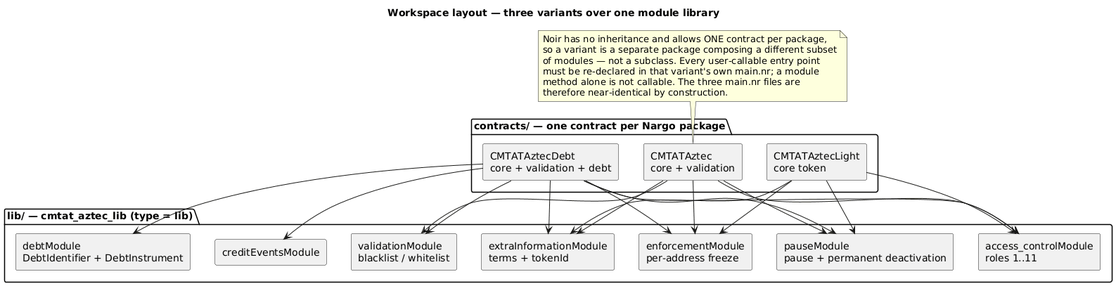
Above: doc/img/architecture.png in CMTA/private-CMTAT-aztec (PlantUML), before the change. Its diagram source:
```plantuml
@startuml
title Workspace layout — three variants over one module library

skinparam componentStyle rectangle
skinparam maxMessageSize 250

package "contracts/ — one contract per Nargo package" {
  component "CMTATAztecLight\ncore token" as Light
  component "CMTATAztec\ncore + validation" as Base
  component "CMTATAztecDebt\ncore + validation + debt" as Debt
}

package "lib/ — cmtat_aztec_lib (type = lib)" {
  component "access_controlModule\nroles 1..11" as AC
  component "pauseModule\npause + permanent deactivation" as Pause
  component "enforcementModule\nper-address freeze" as Enf
  component "extraInformationModule\nterms + tokenId" as Extra
  component "validationModule\nblacklist / whitelist" as Val
  component "creditEventsModule" as Credit
  component "debtModule\nDebtIdentifier + DebtInstrument" as DebtM
}

Light --> AC
Light --> Pause
Light --> Enf
Light --> Extra

Base --> AC
Base --> Pause
Base --> Enf
Base --> Extra
Base --> Val

Debt --> AC
Debt --> Pause
Debt --> Enf
Debt --> Extra
Debt --> Val
Debt --> Credit
Debt --> DebtM

note as N1
  Noir has no inheritance and allows ONE contract per package,
  so a variant is a separate package composing a different subset
  of modules — not a subclass. Every user-callable entry point
  must be re-declared in that variant's own main.nr; a module
  method alone is not callable. The three main.nr files are
  therefore near-identical by construction.
end note

N1 .. Base

@enduml
```
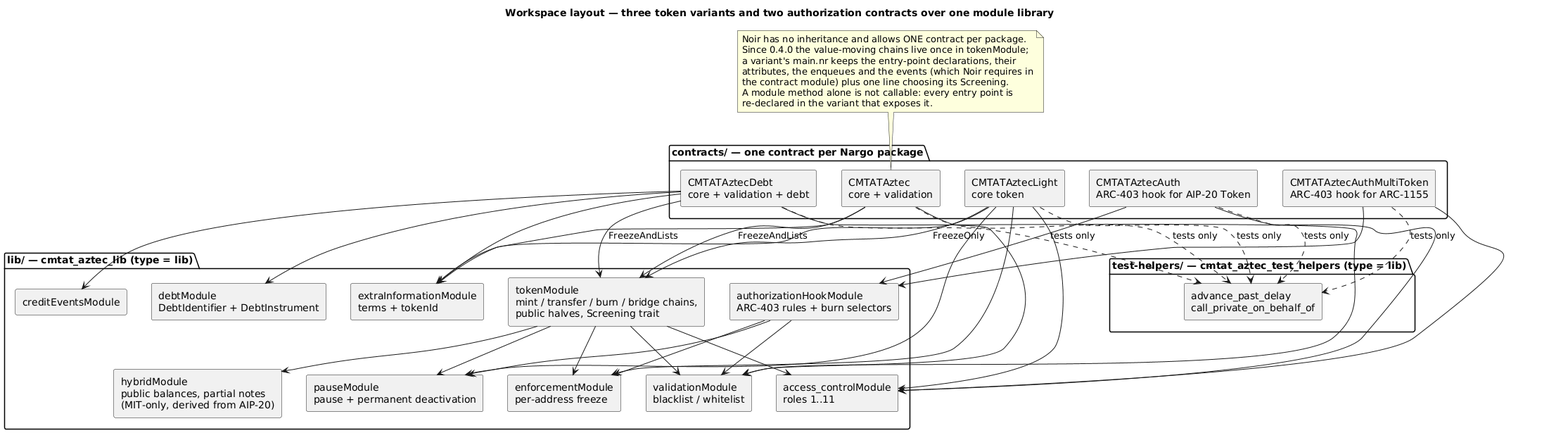
Above is the later version.

The edit, as a diff of the source:
```diff
@@ -1,5 +1,5 @@
 @startuml
-title Workspace layout — three variants over one module library
+title Workspace layout — three token variants and two authorization contracts over one module library
 
 skinparam componentStyle rectangle
 skinparam maxMessageSize 250
@@ -8,44 +8,69 @@
   component "CMTATAztecLight\ncore token" as Light
   component "CMTATAztec\ncore + validation" as Base
   component "CMTATAztecDebt\ncore + validation + debt" as Debt
+  component "CMTATAztecAuth\nARC-403 hook for AIP-20 Token" as Auth
+  component "CMTATAztecAuthMultiToken\nARC-403 hook for ARC-1155" as AuthMT
 }
 
 package "lib/ — cmtat_aztec_lib (type = lib)" {
+  component "tokenModule\nmint / transfer / burn / bridge chains,\npublic halves, Screening trait" as Tok
+  component "hybridModule\npublic balances, partial notes\n(MIT-only, derived from AIP-20)" as Hyb
+  component "authorizationHookModule\nARC-403 rules + burn selectors" as Hook
   component "access_controlModule\nroles 1..11" as AC
   component "pauseModule\npause + permanent deactivation" as Pause
   component "enforcementModule\nper-address freeze" as Enf
+  component "validationModule\nblacklist / whitelist" as Val
   component "extraInformationModule\nterms + tokenId" as Extra
-  component "validationModule\nblacklist / whitelist" as Val
   component "creditEventsModule" as Credit
   component "debtModule\nDebtIdentifier + DebtInstrument" as DebtM
 }
+
+package "test-helpers/ — cmtat_aztec_test_helpers (type = lib)" {
+  component "advance_past_delay\ncall_private_on_behalf_of" as TH
+}
+
+Light --> Tok : FreezeOnly
+Base --> Tok : FreezeAndLists
+Debt --> Tok : FreezeAndLists
+Tok --> Hyb
+Tok --> Enf
+Tok --> Val
+Tok --> Pause
+Tok --> AC
 
 Light --> AC
 Light --> Pause
 Light --> Enf
 Light --> Extra
-
-Base --> AC
-Base --> Pause
-Base --> Enf
+Base --> Val
 Base --> Extra
-Base --> Val
-
-Debt --> AC
-Debt --> Pause
-Debt --> Enf
+Debt --> Val
 Debt --> Extra
-Debt --> Val
 Debt --> Credit
 Debt --> DebtM
 
+Auth --> Hook
+AuthMT --> Hook
+Hook --> Enf
+Hook --> Val
+Hook --> Pause
+Auth --> AC
+AuthMT --> AC
+
+Light ..> TH : tests only
+Base ..> TH : tests only
+Debt ..> TH : tests only
+Auth ..> TH : tests only
+AuthMT ..> TH : tests only
+
 note as N1
-  Noir has no inheritance and allows ONE contract per package,
-  so a variant is a separate package composing a different subset
-  of modules — not a subclass. Every user-callable entry point
-  must be re-declared in that variant's own main.nr; a module
-  method alone is not callable. The three main.nr files are
-  therefore near-identical by construction.
+  Noir has no inheritance and allows ONE contract per package.
+  Since 0.4.0 the value-moving chains live once in tokenModule;
+  a variant's main.nr keeps the entry-point declarations, their
+  attributes, the enqueues and the events (which Noir requires in
+  the contract module) plus one line choosing its Screening.
+  A module method alone is not callable: every entry point is
+  re-declared in the variant that exposes it.
 end note
 
 N1 .. Base
```
